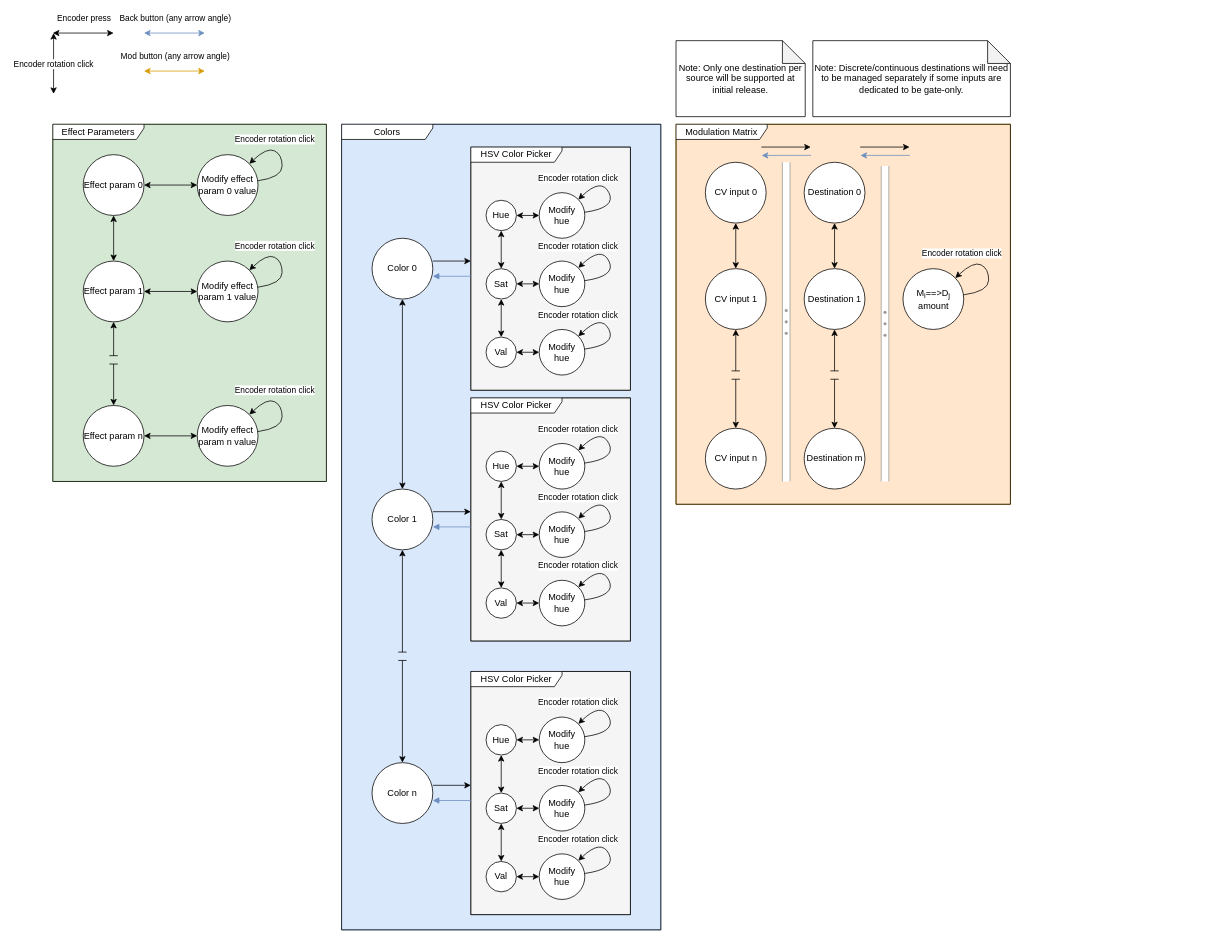
Above: docs/Effect_OLED_menu_item_selection_state_machine.drawio in ethandrzb/Eurorack_WS2812_LED_Controller (draw.io), before the change. Source tidied: cells renumbered, new cells numbered last; positions are measured from the earlier drawing's top-left corner, leaving out a move shared by most shapes. Both pictures are drawn from the tidied source at 76%, with x=0, y=0 at pixel (52, 33).
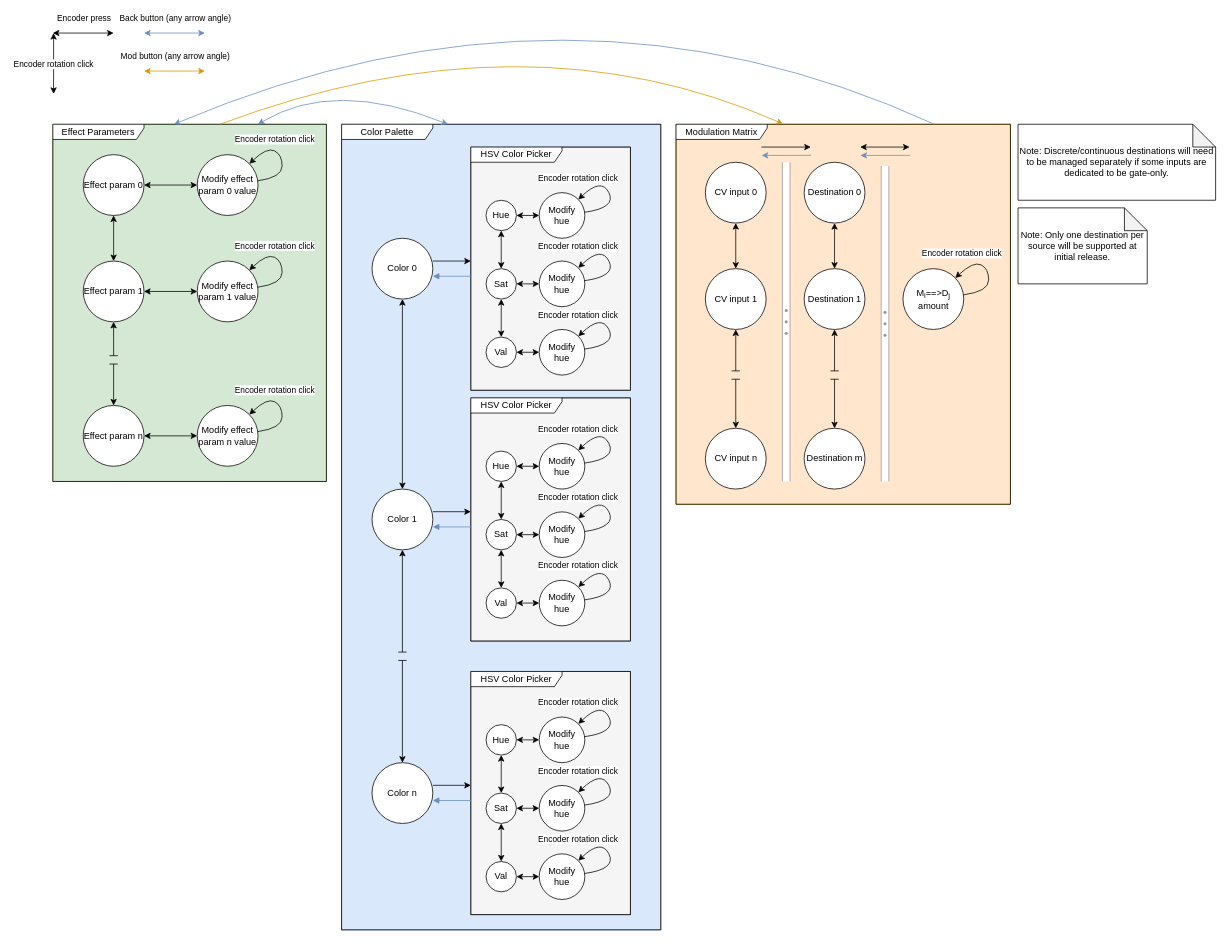
After the change.

The change refers to these unchanged cells:
```xml
<mxCell id="3" style="rounded=0;whiteSpace=wrap;html=1;fillColor=#d5e8d4;strokeColor=#82b366;" parent="2" vertex="1">
  <mxGeometry width="360" height="470" as="geometry" />
</mxCell>
<mxCell id="4" value="Effect Parameters" style="shape=umlFrame;whiteSpace=wrap;html=1;width=120;height=20;" parent="2" vertex="1">
  <mxGeometry width="360" height="470" as="geometry" />
</mxCell>
<mxCell id="27" style="group;" parent="1" vertex="1">
  <mxGeometry x="380" y="120" width="500" height="1060" as="geometry" />
</mxCell>
<mxCell id="107" style="group;" parent="1" vertex="1">
  <mxGeometry x="820" y="120" width="450" height="1060" as="geometry" />
</mxCell>
<mxCell id="108" style="rounded=0;whiteSpace=wrap;html=1;fillColor=#ffe6cc;strokeColor=#d79b00;" parent="107" vertex="1">
  <mxGeometry width="440" height="500" as="geometry" />
</mxCell>
```

Change to the diagram source:
```diff
@@
-    <mxCell id="29" value="Colors" style="shape=umlFrame;whiteSpace=wrap;html=1;width=120;height=20;" parent="27" vertex="1">
+    <mxCell id="29" value="Color Palette" style="shape=umlFrame;whiteSpace=wrap;html=1;width=120;height=20;" parent="27" vertex="1">
       <mxGeometry width="420" height="1060" as="geometry" />
     </mxCell>
@@
-    <mxCell id="129" style="endArrow=classic;startArrow=none;html=1;jumpStyle=line;jumpSize=11;startFill=0;" parent="107" edge="1">
+    <mxCell id="129" style="endArrow=classic;startArrow=classic;html=1;jumpStyle=line;jumpSize=11;startFill=1;" parent="107" edge="1">
       <mxGeometry relative="1" as="geometry">
         <mxPoint x="242.3" y="30" as="sourcePoint" />
         <mxPoint x="307.3" y="30" as="targetPoint" />
       </mxGeometry>
     </mxCell>
@@
     <mxCell id="133" value="Note: Only one destination per source will be supported at initial release." style="shape=note;whiteSpace=wrap;html=1;backgroundOutline=1;darkOpacity=0.05;" parent="1" vertex="1">
-      <mxGeometry x="820" y="10" width="170" height="100" as="geometry" />
+      <mxGeometry x="1270" y="230" width="170" height="100" as="geometry" />
     </mxCell>
     <mxCell id="134" value="Note: Discrete/continuous destinations will need to be managed separately if some inputs are dedicated to be gate-only." style="shape=note;whiteSpace=wrap;html=1;backgroundOutline=1;darkOpacity=0.05;" parent="1" vertex="1">
-      <mxGeometry x="1000" y="10" width="260" height="100" as="geometry" />
+      <mxGeometry x="1270" y="120" width="260" height="100" as="geometry" />
     </mxCell>
+    <mxCell id="135" style="edgeStyle=none;html=1;entryX=0.75;entryY=0;entryDx=0;entryDy=0;exitX=0.333;exitY=0;exitDx=0;exitDy=0;rounded=0;curved=1;fillColor=#dae8fc;strokeColor=#6c8ebf;startArrow=classic;startFill=1;exitPerimeter=0;" parent="1" edge="1" source="29" target="3">
+      <mxGeometry relative="1" as="geometry">
+        <Array as="points">
+          <mxPoint x="370" y="60" />
+        </Array>
+      </mxGeometry>
+    </mxCell>
+    <mxCell id="136" style="edgeStyle=none;html=1;rounded=0;curved=1;fillColor=#dae8fc;strokeColor=#6c8ebf;startArrow=none;startFill=0;entryX=0.443;entryY=0;entryDx=0;entryDy=0;entryPerimeter=0;" parent="1" edge="1" target="4">
+      <mxGeometry relative="1" as="geometry">
+        <mxPoint x="1160" y="120" as="sourcePoint" />
+        <Array as="points">
+          <mxPoint x="680" y="-100" />
+        </Array>
+      </mxGeometry>
+    </mxCell>
+    <mxCell id="137" style="edgeStyle=none;html=1;entryX=0.75;entryY=0;entryDx=0;entryDy=0;exitX=0.32;exitY=-0.001;exitDx=0;exitDy=0;rounded=0;curved=1;fillColor=#ffe6cc;strokeColor=#d79b00;startArrow=classic;startFill=1;exitPerimeter=0;endArrow=none;endFill=0;" parent="1" edge="1" source="108">
+      <mxGeometry relative="1" as="geometry">
+        <mxPoint x="220" y="120" as="targetPoint" />
+        <Array as="points">
+          <mxPoint x="620" y="-30" />
+        </Array>
+      </mxGeometry>
+    </mxCell>
```
